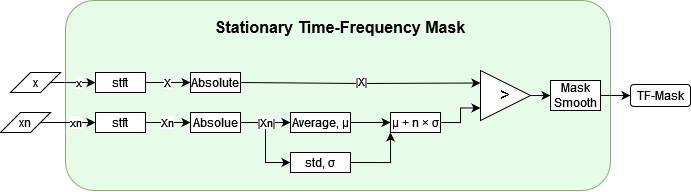
Earlier version of the draw.io export graphs/StationaryMaskScheme.png (noisereduce/TorchSpectralGating). Source tidied: cells renumbered, new cells last; positions are measured from the earlier drawing's top-left corner, leaving out a move shared by most shapes.
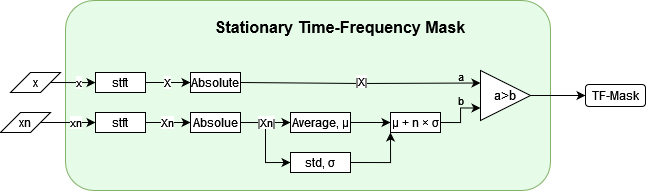
The same diagram one commit later.

Change to the diagram source:
```diff
@@ -3,7 +3,7 @@
     <mxCell id="0" />
     <mxCell id="1" parent="0" />
     <mxCell id="2" style="rounded=1;whiteSpace=wrap;html=1;fillColor=#E6FCE8;strokeColor=#82b366;" parent="1" vertex="1">
-      <mxGeometry x="65" width="545" height="190" as="geometry" />
+      <mxGeometry x="65" width="485" height="190" as="geometry" />
     </mxCell>
     <mxCell id="3" value="xn" style="edgeStyle=orthogonalEdgeStyle;rounded=0;jettySize=auto;html=1;exitX=1;exitY=0.5;exitDx=0;exitDy=0;" parent="1" edge="1" source="4" target="10">
       <mxGeometry x="0.27" relative="1" as="geometry" />
@@ -17,19 +17,19 @@
     <mxCell id="6" value="x" style="shape=parallelogram;perimeter=parallelogramPerimeter;whiteSpace=wrap;html=1;fixedSize=1;" parent="1" vertex="1">
       <mxGeometry x="10" y="72" width="50" height="20" as="geometry" />
     </mxCell>
-    <mxCell id="7" value="X" style="edgeStyle=orthogonalEdgeStyle;rounded=0;jettySize=auto;html=1;exitX=1;exitY=0.5;exitDx=0;exitDy=0;entryX=0;entryY=0.5;entryDx=0;entryDy=0;" parent="1" edge="1" source="8" target="13">
+    <mxCell id="7" value="X" style="edgeStyle=orthogonalEdgeStyle;rounded=0;jettySize=auto;html=1;exitX=1;exitY=0.5;exitDx=0;exitDy=0;entryX=0;entryY=0.5;entryDx=0;entryDy=0;" parent="1" edge="1" source="8" target="14">
       <mxGeometry relative="1" as="geometry" />
     </mxCell>
     <mxCell id="8" value="stft" style="rounded=0;whiteSpace=wrap;html=1;" parent="1" vertex="1">
       <mxGeometry x="95" y="72" width="50" height="20" as="geometry" />
     </mxCell>
-    <mxCell id="9" value="Xn" style="edgeStyle=orthogonalEdgeStyle;rounded=0;jettySize=auto;html=1;exitX=1;exitY=0.5;exitDx=0;exitDy=0;entryX=0;entryY=0.5;entryDx=0;entryDy=0;" parent="1" edge="1" source="10" target="17">
+    <mxCell id="9" value="Xn" style="edgeStyle=orthogonalEdgeStyle;rounded=0;jettySize=auto;html=1;exitX=1;exitY=0.5;exitDx=0;exitDy=0;entryX=0;entryY=0.5;entryDx=0;entryDy=0;" parent="1" edge="1" source="10" target="18">
       <mxGeometry x="-0.01" relative="1" as="geometry" />
     </mxCell>
     <mxCell id="10" value="stft" style="rounded=0;whiteSpace=wrap;html=1;" parent="1" vertex="1">
       <mxGeometry x="95" y="112" width="50" height="20" as="geometry" />
     </mxCell>
-    <mxCell id="11" style="edgeStyle=orthogonalEdgeStyle;rounded=0;jettySize=auto;html=1;exitX=1;exitY=0.5;exitDx=0;exitDy=0;entryX=0;entryY=0.25;entryDx=0;entryDy=0;" parent="1" edge="1" source="13" target="24">
+    <mxCell id="11" style="edgeStyle=orthogonalEdgeStyle;rounded=0;jettySize=auto;html=1;exitX=1;exitY=0.5;exitDx=0;exitDy=0;entryX=0;entryY=0.25;entryDx=0;entryDy=0;" parent="1" edge="1" source="14" target="25">
       <mxGeometry relative="1" as="geometry">
         <Array as="points">
           <mxPoint x="360" y="83" />
@@ -42,56 +42,55 @@
         <mxPoint x="51" as="offset" />
       </mxGeometry>
     </mxCell>
-    <mxCell id="13" value="Absolute" style="rounded=0;whiteSpace=wrap;html=1;" parent="1" vertex="1">
-      <mxGeometry x="190" y="72" width="50" height="20" as="geometry" />
+    <mxCell id="13" value="a" style="edgeLabel;html=1;align=center;verticalAlign=middle;points=[];labelBackgroundColor=none;" parent="11" vertex="1">
+      <mxGeometry x="0.87" y="1" relative="1" as="geometry">
+        <mxPoint x="-4" y="-6" as="offset" />
+      </mxGeometry>
     </mxCell>
-    <mxCell id="14" style="edgeStyle=orthogonalEdgeStyle;rounded=0;jettySize=auto;html=1;exitX=1;exitY=0.5;exitDx=0;exitDy=0;entryX=0;entryY=0.5;entryDx=0;entryDy=0;" parent="1" edge="1" source="17" target="20">
-      <mxGeometry relative="1" as="geometry" />
+    <mxCell id="14" value="Absolute" style="rounded=0;whiteSpace=wrap;html=1;" parent="1" vertex="1">
+      <mxGeometry x="190" y="72" width="50" height="20" as="geometry" />
     </mxCell>
-    <mxCell id="15" style="edgeStyle=orthogonalEdgeStyle;rounded=0;jettySize=auto;html=1;exitX=1;exitY=0.5;exitDx=0;exitDy=0;entryX=0;entryY=0.5;entryDx=0;entryDy=0;" parent="1" edge="1" source="17" target="22">
+    <mxCell id="15" style="edgeStyle=orthogonalEdgeStyle;rounded=0;jettySize=auto;html=1;exitX=1;exitY=0.5;exitDx=0;exitDy=0;entryX=0;entryY=0.5;entryDx=0;entryDy=0;" parent="1" edge="1" source="18" target="21">
       <mxGeometry relative="1" as="geometry" />
     </mxCell>
-    <mxCell id="16" value="|Xn|" style="edgeLabel;html=1;align=center;verticalAlign=middle;" parent="15" vertex="1">
-      <mxGeometry x="-0.44" relative="1" as="geometry" />
+    <mxCell id="16" style="edgeStyle=orthogonalEdgeStyle;rounded=0;jettySize=auto;html=1;exitX=1;exitY=0.5;exitDx=0;exitDy=0;entryX=0;entryY=0.5;entryDx=0;entryDy=0;" parent="1" edge="1" source="18" target="23">
+      <mxGeometry relative="1" as="geometry" />
     </mxCell>
-    <mxCell id="17" value="Absolue" style="rounded=0;whiteSpace=wrap;html=1;" parent="1" vertex="1">
-      <mxGeometry x="190" y="112" width="50" height="20" as="geometry" />
+    <mxCell id="17" value="|Xn|" style="edgeLabel;html=1;align=center;verticalAlign=middle;points=[];" parent="16" vertex="1">
+      <mxGeometry x="-0.44" relative="1" as="geometry" />
     </mxCell>
-    <mxCell id="18" value="&lt;font style=&quot;font-size: 16px;&quot;&gt;Stationary Time-Frequency Mask&lt;br style=&quot;font-size: 16px;&quot;&gt;&lt;/font&gt;" style="text;strokeColor=none;align=center;fillColor=none;html=1;verticalAlign=middle;whiteSpace=wrap;rounded=0;fontStyle=1;fontSize=16;" parent="1" vertex="1">
-      <mxGeometry x="195" y="12" width="290" height="30" as="geometry" />
+    <mxCell id="18" value="Absolue" style="rounded=0;whiteSpace=wrap;html=1;" parent="1" vertex="1">
+      <mxGeometry x="190" y="112" width="50" height="20" as="geometry" />
     </mxCell>
-    <mxCell id="19" style="edgeStyle=orthogonalEdgeStyle;rounded=0;jettySize=auto;html=1;exitX=1;exitY=0.5;exitDx=0;exitDy=0;entryX=0;entryY=0.5;entryDx=0;entryDy=0;" parent="1" edge="1" source="20" target="26">
-      <mxGeometry relative="1" as="geometry" />
+    <mxCell id="19" value="&lt;font style=&quot;font-size: 16px;&quot;&gt;Stationary Time-Frequency Mask&lt;br style=&quot;font-size: 16px;&quot;&gt;&lt;/font&gt;" style="text;strokeColor=none;align=center;fillColor=none;html=1;verticalAlign=middle;whiteSpace=wrap;rounded=0;fontStyle=1;fontSize=16;" parent="1" vertex="1">
+      <mxGeometry x="195" y="12" width="290" height="30" as="geometry" />
     </mxCell>
-    <mxCell id="20" value="&lt;span class=&quot;ILfuVd NA6bn&quot; lang=&quot;en&quot;&gt;&lt;/span&gt;Average, μ" style="rounded=0;whiteSpace=wrap;html=1;" parent="1" vertex="1">
-      <mxGeometry x="290" y="112" width="60" height="20" as="geometry" />
+    <mxCell id="20" style="edgeStyle=orthogonalEdgeStyle;rounded=0;jettySize=auto;html=1;exitX=1;exitY=0.5;exitDx=0;exitDy=0;entryX=0;entryY=0.5;entryDx=0;entryDy=0;" parent="1" edge="1" source="21" target="27">
+      <mxGeometry relative="1" as="geometry" />
     </mxCell>
-    <mxCell id="21" style="edgeStyle=orthogonalEdgeStyle;rounded=0;jettySize=auto;html=1;exitX=1;exitY=0.5;exitDx=0;exitDy=0;entryX=0;entryY=1;entryDx=0;entryDy=0;" parent="1" edge="1" source="22" target="26">
-      <mxGeometry relative="1" as="geometry" />
+    <mxCell id="21" value="&lt;span class=&quot;ILfuVd NA6bn&quot; lang=&quot;en&quot;&gt;&lt;/span&gt;Average, μ" style="rounded=0;whiteSpace=wrap;html=1;" parent="1" vertex="1">
+      <mxGeometry x="290" y="112" width="60" height="20" as="geometry" />
     </mxCell>
-    <mxCell id="22" value="std, σ" style="rounded=0;whiteSpace=wrap;html=1;" parent="1" vertex="1">
-      <mxGeometry x="290" y="152" width="60" height="20" as="geometry" />
+    <mxCell id="22" style="edgeStyle=orthogonalEdgeStyle;rounded=0;jettySize=auto;html=1;exitX=1;exitY=0.5;exitDx=0;exitDy=0;entryX=0;entryY=1;entryDx=0;entryDy=0;" parent="1" edge="1" source="23" target="27">
+      <mxGeometry relative="1" as="geometry" />
     </mxCell>
-    <mxCell id="23" style="edgeStyle=orthogonalEdgeStyle;rounded=0;jettySize=auto;html=1;exitX=1;exitY=0.5;exitDx=0;exitDy=0;entryX=0;entryY=0.5;entryDx=0;entryDy=0;" parent="1" edge="1" source="24" target="28">
-      <mxGeometry relative="1" as="geometry" />
+    <mxCell id="23" value="std, σ" style="rounded=0;whiteSpace=wrap;html=1;" parent="1" vertex="1">
+      <mxGeometry x="290" y="152" width="60" height="20" as="geometry" />
     </mxCell>
-    <mxCell id="24" value="&lt;font style=&quot;font-size: 17px;&quot;&gt;&amp;gt;&lt;/font&gt;" style="triangle;whiteSpace=wrap;html=1;" parent="1" vertex="1">
-      <mxGeometry x="480" y="70" width="50" height="50" as="geometry" />
+    <mxCell id="24" style="edgeStyle=orthogonalEdgeStyle;rounded=0;jettySize=auto;html=1;exitX=1;exitY=0.5;exitDx=0;exitDy=0;entryX=0;entryY=0.5;entryDx=0;entryDy=0;" parent="1" edge="1" source="25" target="28">
+      <mxGeometry relative="1" as="geometry" />
     </mxCell>
-    <mxCell id="25" style="edgeStyle=orthogonalEdgeStyle;rounded=0;jettySize=auto;html=1;exitX=1;exitY=0.5;exitDx=0;exitDy=0;entryX=0;entryY=0.75;entryDx=0;entryDy=0;" parent="1" edge="1" source="26" target="24">
-      <mxGeometry relative="1" as="geometry" />
+    <mxCell id="25" value="a&lt;font style=&quot;font-size: 13px;&quot;&gt;&amp;gt;b&lt;/font&gt;" style="triangle;whiteSpace=wrap;html=1;fontSize=13;" parent="1" vertex="1">
+      <mxGeometry x="480" y="70" width="50" height="50" as="geometry" />
     </mxCell>
-    <mxCell id="26" value="μ + n × σ " style="rounded=0;whiteSpace=wrap;html=1;" parent="1" vertex="1">
-      <mxGeometry x="390" y="112" width="50" height="20" as="geometry" />
+    <mxCell id="26" value="b" style="edgeStyle=orthogonalEdgeStyle;rounded=0;jettySize=auto;html=1;exitX=1;exitY=0.5;exitDx=0;exitDy=0;entryX=0;entryY=0.75;entryDx=0;entryDy=0;labelBackgroundColor=none;" parent="1" edge="1" source="27" target="25">
+      <mxGeometry x="0.27" y="7" relative="1" as="geometry" />
     </mxCell>
-    <mxCell id="27" style="edgeStyle=orthogonalEdgeStyle;rounded=0;jettySize=auto;html=1;" parent="1" edge="1" source="28" target="29">
-      <mxGeometry relative="1" as="geometry" />
+    <mxCell id="27" value="μ + n × σ " style="rounded=0;whiteSpace=wrap;html=1;" parent="1" vertex="1">
+      <mxGeometry x="390" y="112" width="50" height="20" as="geometry" />
     </mxCell>
-    <mxCell id="28" value="Mask Smooth" style="rounded=0;whiteSpace=wrap;html=1;" parent="1" vertex="1">
-      <mxGeometry x="550" y="80" width="50" height="30" as="geometry" />
+    <mxCell id="28" value="TF-Mask" style="rounded=1;whiteSpace=wrap;html=1;" parent="1" vertex="1">
+      <mxGeometry x="585" y="84" width="60" height="22" as="geometry" />
     </mxCell>
-    <mxCell id="29" value="TF-Mask" style="rounded=1;whiteSpace=wrap;html=1;" parent="1" vertex="1">
-      <mxGeometry x="630" y="84" width="60" height="22" as="geometry" />
-    </mxCell>
   </root>
 </mxGraphModel>
```
